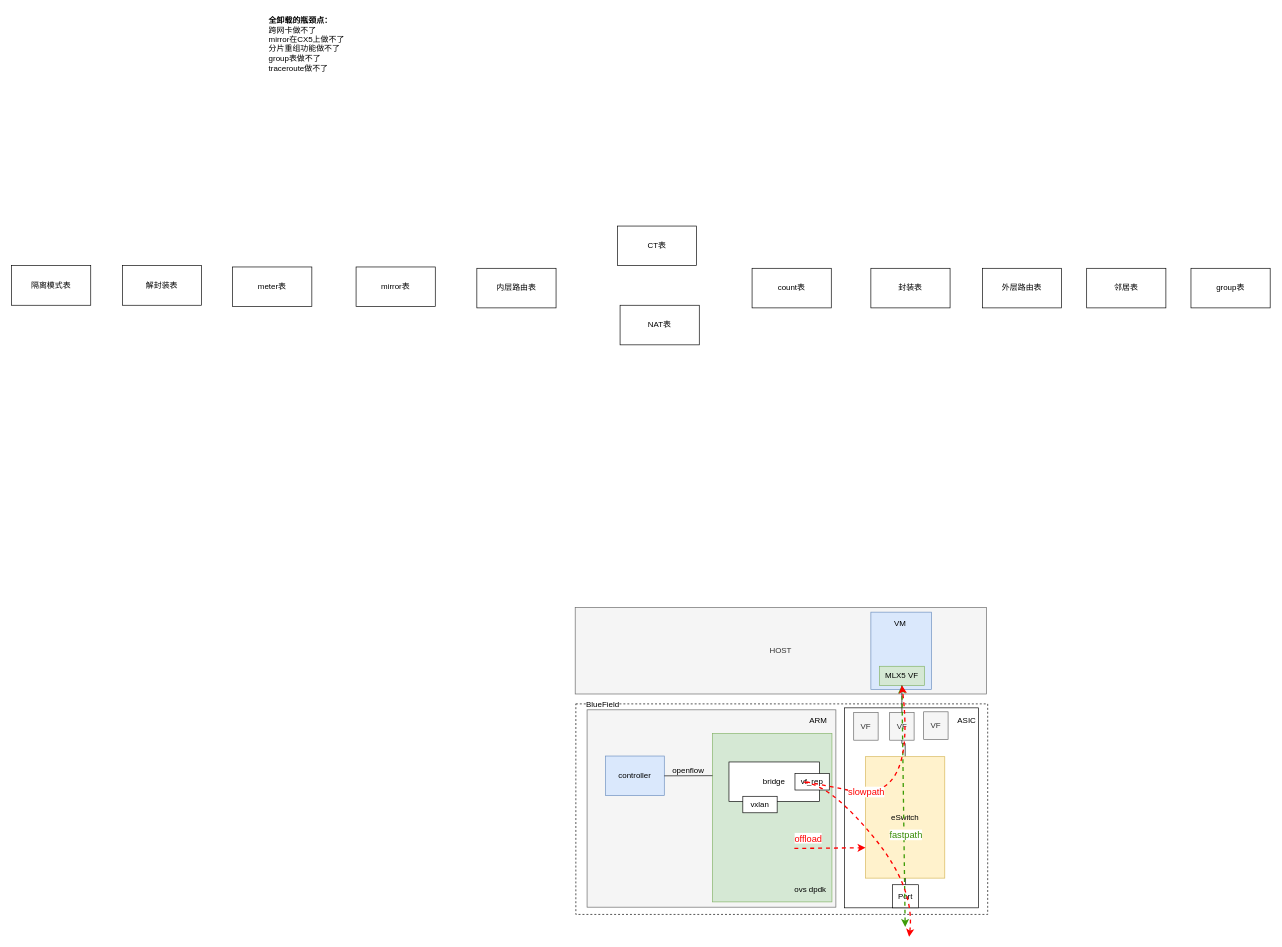
This is page "gw offload" (2 of 6) of dpdk.drawio from imoceanking/drawio, a draw.io file, before an edit. Source tidied: cells renumbered, new cells numbered last; positions are measured from the earlier drawing's top-left corner, leaving out a move shared by most shapes. Both pictures are drawn from the tidied source at 66%, with x=0, y=0 at pixel (11, 11).
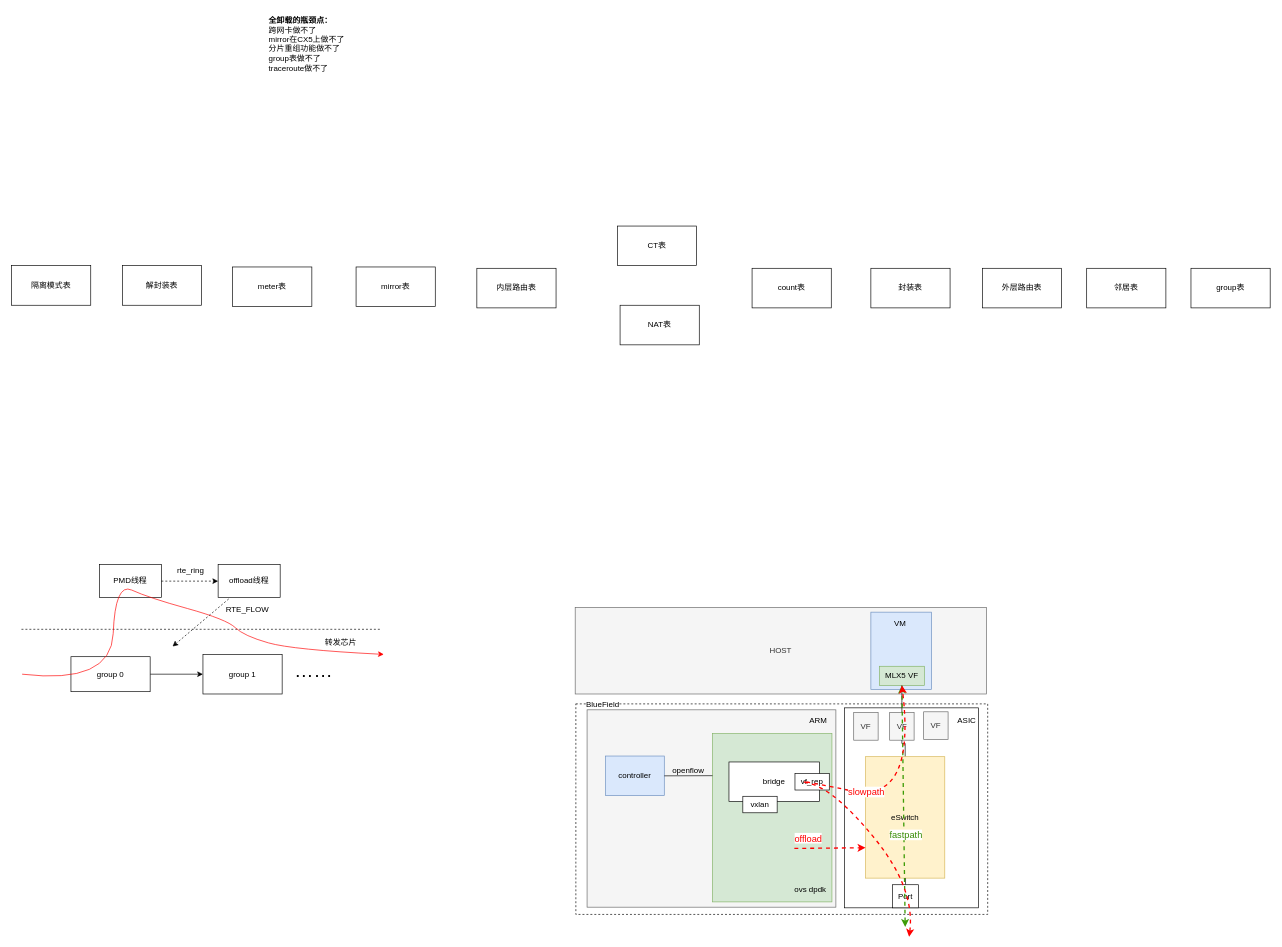
The same diagram, later.

Change to the diagram source:
```diff
@@
+    <mxCell id="47" value="PMD线程" style="rounded=0;whiteSpace=wrap;html=1;" parent="1" vertex="1">
+      <mxGeometry x="133" y="838" width="94" height="50" as="geometry" />
+    </mxCell>
+    <mxCell id="48" value="offload线程" style="rounded=0;whiteSpace=wrap;html=1;" parent="1" vertex="1">
+      <mxGeometry x="313" y="838" width="94" height="50" as="geometry" />
+    </mxCell>
+    <mxCell id="49" style="endArrow=classic;startArrow=none;html=1;rounded=0;startFill=0;dashed=1;entryX=0;entryY=0.5;entryDx=0;entryDy=0;" parent="1" edge="1" source="47" target="48">
+      <mxGeometry relative="1" as="geometry" />
+    </mxCell>
+    <mxCell id="50" style="edgeStyle=orthogonalEdgeStyle;rounded=0;jettySize=auto;html=1;" parent="1" edge="1" source="51" target="54">
+      <mxGeometry relative="1" as="geometry" />
+    </mxCell>
+    <mxCell id="51" value="group 0" style="rounded=0;whiteSpace=wrap;html=1;" parent="1" vertex="1">
+      <mxGeometry x="90" y="977.5" width="120" height="53" as="geometry" />
+    </mxCell>
+    <mxCell id="52" style="endArrow=none;dashed=1;html=1;rounded=0;" parent="1" edge="1">
+      <mxGeometry relative="1" as="geometry">
+        <mxPoint x="15" y="936" as="sourcePoint" />
+        <mxPoint x="560" y="936" as="targetPoint" />
+      </mxGeometry>
+    </mxCell>
+    <mxCell id="53" value="转发芯片" style="text;strokeColor=none;fillColor=none;align=left;verticalAlign=middle;spacingLeft=4;spacingRight=4;overflow=hidden;whiteSpace=wrap;html=1;" parent="1" vertex="1">
+      <mxGeometry x="469" y="941" width="80" height="30" as="geometry" />
+    </mxCell>
+    <mxCell id="54" value="group 1" style="whiteSpace=wrap;html=1;rounded=0;" parent="1" vertex="1">
+      <mxGeometry x="290" y="974" width="120" height="60" as="geometry" />
+    </mxCell>
+    <mxCell id="55" value="……" style="text;html=1;strokeColor=none;fillColor=none;align=center;verticalAlign=middle;whiteSpace=wrap;rounded=0;fontSize=29;" parent="1" vertex="1">
+      <mxGeometry x="428" y="983.5" width="60" height="30" as="geometry" />
+    </mxCell>
+    <mxCell id="56" style="curved=1;endArrow=classic;html=1;rounded=0;strokeColor=#FF0000;" parent="1" edge="1">
+      <mxGeometry relative="1" as="geometry">
+        <mxPoint x="16" y="1004" as="sourcePoint" />
+        <mxPoint x="564" y="974" as="targetPoint" />
+        <Array as="points">
+          <mxPoint x="151" y="1020" />
+          <mxPoint x="157" y="865" />
+          <mxPoint x="207" y="888" />
+          <mxPoint x="326" y="921" />
+          <mxPoint x="352" y="946" />
+          <mxPoint x="426" y="967" />
+        </Array>
+      </mxGeometry>
+    </mxCell>
+    <mxCell id="57" style="endArrow=classic;startArrow=none;html=1;rounded=0;startFill=0;dashed=1;" parent="1" edge="1">
+      <mxGeometry relative="1" as="geometry">
+        <mxPoint x="329" y="890" as="sourcePoint" />
+        <mxPoint x="244" y="962" as="targetPoint" />
+      </mxGeometry>
+    </mxCell>
+    <mxCell id="58" value="RTE_FLOW" style="text;html=1;align=center;verticalAlign=middle;strokeColor=none;fillColor=none;" parent="1" vertex="1">
+      <mxGeometry x="315" y="893" width="83" height="26" as="geometry" />
+    </mxCell>
+    <mxCell id="59" value="rte_ring" style="text;html=1;align=center;verticalAlign=middle;strokeColor=none;fillColor=none;" parent="1" vertex="1">
+      <mxGeometry x="241" y="834" width="59" height="26" as="geometry" />
+    </mxCell>
```
